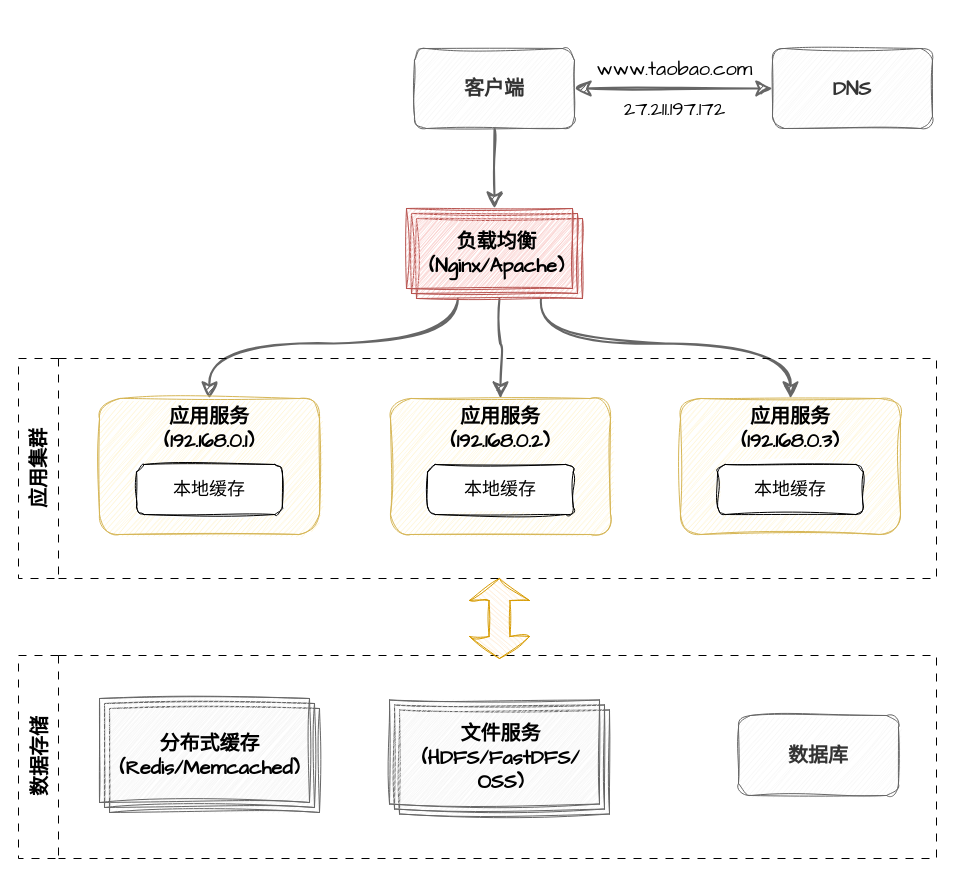
dunwu/waterdrop keeps this draw.io diagram as page "负载均衡" (4 of 11) of assets/分布式/分布式发展.drawio. Above is the earlier version. Source tidied: cells renumbered, new cells numbered last; positions are measured from the earlier drawing's top-left corner, leaving out a move shared by most shapes. Both pictures are drawn from the tidied source at 100%, with x=0, y=0 at pixel (18, 48).
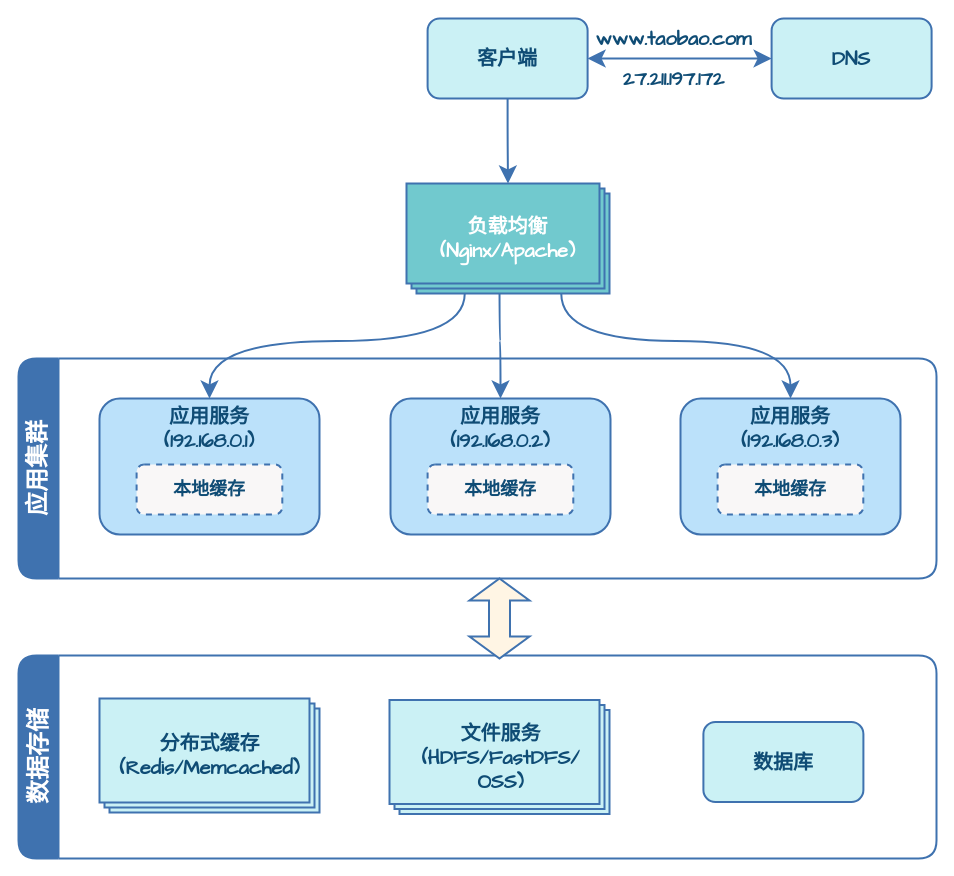
After the change.

The edit, as a diff of the source:
```diff
@@
-    <mxCell id="2" style="edgeStyle=orthogonalEdgeStyle;rounded=1;sketch=1;hachureGap=4;jiggle=2;curveFitting=1;jettySize=auto;html=1;exitX=0.5;exitY=1;exitDx=0;exitDy=0;fontFamily=Comic Sans MS;fontSize=20;fontStyle=1;strokeWidth=2;endSize=12;startSize=12;fillColor=#f5f5f5;strokeColor=#666666;" parent="1" edge="1" source="3" target="16">
+    <mxCell id="2" style="edgeStyle=orthogonalEdgeStyle;rounded=1;hachureGap=4;jettySize=auto;html=1;exitX=0.5;exitY=1;exitDx=0;exitDy=0;fontFamily=Comic Sans MS;fontSize=20;fontStyle=1;strokeWidth=2;endSize=12;startSize=12;fillColor=#f5f5f5;strokeColor=#3F72AF;fontColor=#0F4C75;" parent="1" edge="1" source="3" target="16">
       <mxGeometry relative="1" as="geometry" />
     </mxCell>
-    <mxCell id="3" value="客户端" style="rounded=1;whiteSpace=wrap;html=1;sketch=1;hachureGap=4;jiggle=2;curveFitting=1;fontFamily=Comic Sans MS;fontSize=20;fillColor=#f5f5f5;fontColor=#333333;strokeColor=#666666;shadow=0;fontStyle=1;" parent="1" vertex="1">
-      <mxGeometry x="396" width="160" height="80" as="geometry" />
+    <mxCell id="3" value="客户端" style="rounded=1;whiteSpace=wrap;html=1;hachureGap=4;fontFamily=Comic Sans MS;fontSize=20;fillColor=#CBF1F5;fontColor=#0F4C75;strokeColor=#3F72AF;shadow=0;fontStyle=1;strokeWidth=2;" parent="1" vertex="1">
+      <mxGeometry x="409.1" y="-30" width="160" height="80" as="geometry" />
     </mxCell>
-    <mxCell id="4" value="DNS" style="rounded=1;whiteSpace=wrap;html=1;sketch=1;hachureGap=4;jiggle=2;curveFitting=1;fontFamily=Comic Sans MS;fontSize=20;fillColor=#f5f5f5;fontColor=#333333;strokeColor=#666666;shadow=0;fontStyle=1;" parent="1" vertex="1">
-      <mxGeometry x="754" width="160" height="80" as="geometry" />
+    <mxCell id="4" value="DNS" style="rounded=1;whiteSpace=wrap;html=1;hachureGap=4;fontFamily=Comic Sans MS;fontSize=20;fillColor=#CBF1F5;fontColor=#0F4C75;strokeColor=#3F72AF;shadow=0;fontStyle=1;strokeWidth=2;" parent="1" vertex="1">
+      <mxGeometry x="753.1" y="-30" width="160" height="80" as="geometry" />
     </mxCell>
-    <mxCell id="5" style="edgeStyle=orthogonalEdgeStyle;rounded=0;sketch=1;hachureGap=4;jiggle=2;curveFitting=1;jettySize=auto;html=1;entryX=0;entryY=0.5;entryDx=0;entryDy=0;fontFamily=Comic Sans MS;fontSize=20;startArrow=classic;startFill=1;strokeWidth=2;endSize=12;fillColor=#f5f5f5;strokeColor=#666666;startSize=12;fontStyle=1;" parent="1" edge="1" source="3" target="4">
+    <mxCell id="5" style="edgeStyle=orthogonalEdgeStyle;rounded=0;hachureGap=4;jettySize=auto;html=1;entryX=0;entryY=0.5;entryDx=0;entryDy=0;fontFamily=Comic Sans MS;fontSize=20;startArrow=classic;startFill=1;strokeWidth=2;endSize=12;fillColor=#f5f5f5;strokeColor=#3F72AF;startSize=12;fontStyle=1;fontColor=#0F4C75;" parent="1" edge="1" source="3" target="4">
       <mxGeometry relative="1" as="geometry" />
     </mxCell>
-    <mxCell id="6" value="27.211.197.172" style="text;html=1;align=center;verticalAlign=middle;strokeColor=none;fillColor=none;fontSize=20;fontFamily=Comic Sans MS;fontStyle=0;" parent="1" vertex="1">
-      <mxGeometry x="576" y="40" width="160" height="40" as="geometry" />
+    <mxCell id="6" value="27.211.197.172" style="text;html=1;align=center;verticalAlign=middle;strokeColor=none;fillColor=none;fontSize=20;fontFamily=Comic Sans MS;fontStyle=1;fontColor=#0F4C75;" parent="1" vertex="1">
+      <mxGeometry x="565.1" y="10" width="180" height="40" as="geometry" />
     </mxCell>
-    <mxCell id="7" value="www.taobao.com" style="text;html=1;align=center;verticalAlign=middle;strokeColor=none;fillColor=none;fontSize=20;fontFamily=Comic Sans MS;fontStyle=0;" parent="1" vertex="1">
-      <mxGeometry x="571" width="170" height="40" as="geometry" />
+    <mxCell id="7" value="www.taobao.com" style="text;html=1;align=center;verticalAlign=middle;strokeColor=none;fillColor=none;fontSize=20;fontFamily=Comic Sans MS;fontStyle=1;fontColor=#0F4C75;" parent="1" vertex="1">
+      <mxGeometry x="565.1" y="-30" width="180" height="40" as="geometry" />
     </mxCell>
-    <mxCell id="8" style="edgeStyle=orthogonalEdgeStyle;sketch=1;hachureGap=4;jiggle=2;curveFitting=1;jettySize=auto;html=1;fontFamily=Comic Sans MS;fontSize=20;exitX=0;exitY=0;exitDx=51.5;exitDy=90;exitPerimeter=0;endSize=12;startSize=12;fillColor=#f5f5f5;strokeColor=#666666;strokeWidth=2;curved=1;" parent="1" edge="1" source="16" target="13">
+    <mxCell id="8" style="edgeStyle=orthogonalEdgeStyle;hachureGap=4;jettySize=auto;html=1;fontFamily=Comic Sans MS;fontSize=20;exitX=0;exitY=0;exitDx=58.25;exitDy=110;exitPerimeter=0;endSize=12;startSize=12;fillColor=#f5f5f5;strokeColor=#3F72AF;strokeWidth=2;curved=1;fontColor=#0F4C75;fontStyle=1;" parent="1" edge="1" source="16" target="13">
       <mxGeometry relative="1" as="geometry" />
     </mxCell>
-    <mxCell id="9" style="edgeStyle=orthogonalEdgeStyle;sketch=1;hachureGap=4;jiggle=2;curveFitting=1;jettySize=auto;html=1;fontFamily=Comic Sans MS;fontSize=20;endSize=12;startSize=12;fillColor=#f5f5f5;strokeColor=#666666;strokeWidth=2;curved=1;exitX=0;exitY=0;exitDx=93;exitDy=90;exitPerimeter=0;entryX=0.5;entryY=0;entryDx=0;entryDy=0;" parent="1" edge="1" source="16" target="11">
+    <mxCell id="9" style="edgeStyle=orthogonalEdgeStyle;hachureGap=4;jettySize=auto;html=1;fontFamily=Comic Sans MS;fontSize=20;endSize=12;startSize=12;fillColor=#f5f5f5;strokeColor=#3F72AF;strokeWidth=2;curved=1;exitX=0;exitY=0;exitDx=93;exitDy=90;exitPerimeter=0;entryX=0.5;entryY=0;entryDx=0;entryDy=0;fontColor=#0F4C75;fontStyle=1;" parent="1" edge="1" source="16" target="11">
       <mxGeometry relative="1" as="geometry" />
     </mxCell>
-    <mxCell id="10" style="edgeStyle=orthogonalEdgeStyle;sketch=1;hachureGap=4;jiggle=2;curveFitting=1;jettySize=auto;html=1;entryX=0.5;entryY=0;entryDx=0;entryDy=0;fontFamily=Comic Sans MS;fontSize=20;exitX=0;exitY=0;exitDx=134.5;exitDy=90;exitPerimeter=0;endSize=12;startSize=12;fillColor=#f5f5f5;strokeColor=#666666;strokeWidth=2;curved=1;" parent="1" edge="1" source="16" target="25">
+    <mxCell id="10" style="edgeStyle=orthogonalEdgeStyle;hachureGap=4;jettySize=auto;html=1;entryX=0.5;entryY=0;entryDx=0;entryDy=0;fontFamily=Comic Sans MS;fontSize=20;exitX=0;exitY=0;exitDx=154.75;exitDy=110;exitPerimeter=0;endSize=12;startSize=12;fillColor=#f5f5f5;strokeColor=#3F72AF;strokeWidth=2;curved=1;fontColor=#0F4C75;fontStyle=1;" parent="1" edge="1" source="16" target="25">
       <mxGeometry relative="1" as="geometry" />
     </mxCell>
-    <mxCell id="11" value="&lt;div style=&quot;font-size: 20px;&quot;&gt;&lt;div style=&quot;font-size: 20px;&quot;&gt;应用服务&lt;/div&gt;&lt;div style=&quot;font-size: 20px;&quot;&gt;(192.168.0.2)&lt;/div&gt;&lt;/div&gt;" style="rounded=1;whiteSpace=wrap;html=1;sketch=1;hachureGap=4;jiggle=2;curveFitting=1;fontFamily=Comic Sans MS;fontSize=20;fillColor=#fff2cc;strokeColor=#d6b656;fontStyle=1;verticalAlign=top;shadow=0;" parent="1" vertex="1">
+    <mxCell id="11" value="&lt;div style=&quot;font-size: 20px;&quot;&gt;&lt;div style=&quot;font-size: 20px;&quot;&gt;应用服务&lt;/div&gt;&lt;div style=&quot;font-size: 20px;&quot;&gt;(192.168.0.2)&lt;/div&gt;&lt;/div&gt;" style="rounded=1;whiteSpace=wrap;html=1;hachureGap=4;fontFamily=Comic Sans MS;fontSize=20;fillColor=#BBE1FA;strokeColor=#3F72AF;fontStyle=1;verticalAlign=top;shadow=0;fontColor=#0F4C75;strokeWidth=2;" parent="1" vertex="1">
       <mxGeometry x="372" y="350" width="220" height="136" as="geometry" />
     </mxCell>
-    <mxCell id="12" value="本地缓存" style="rounded=1;whiteSpace=wrap;html=1;sketch=1;hachureGap=4;jiggle=2;curveFitting=1;fontFamily=Comic Sans MS;fontSize=18;" parent="1" vertex="1">
+    <mxCell id="12" value="本地缓存" style="rounded=1;whiteSpace=wrap;html=1;hachureGap=4;fontFamily=Comic Sans MS;fontSize=18;fontColor=#0F4C75;strokeColor=#3F72AF;fillColor=#F9F7F7;strokeWidth=2;dashed=1;fontStyle=1;" parent="1" vertex="1">
       <mxGeometry x="409.1" y="416" width="145.7" height="50" as="geometry" />
     </mxCell>
-    <mxCell id="13" value="&lt;div style=&quot;font-size: 20px;&quot;&gt;&lt;div style=&quot;font-size: 20px;&quot;&gt;应用服务&lt;/div&gt;&lt;div style=&quot;font-size: 20px;&quot;&gt;(192.168.0.1)&lt;/div&gt;&lt;/div&gt;" style="rounded=1;whiteSpace=wrap;html=1;sketch=1;hachureGap=4;jiggle=2;curveFitting=1;fontFamily=Comic Sans MS;fontSize=20;fillColor=#fff2cc;strokeColor=#d6b656;fontStyle=1;verticalAlign=top;shadow=0;" parent="1" vertex="1">
+    <mxCell id="13" value="&lt;div style=&quot;font-size: 20px;&quot;&gt;&lt;div style=&quot;font-size: 20px;&quot;&gt;应用服务&lt;/div&gt;&lt;div style=&quot;font-size: 20px;&quot;&gt;(192.168.0.1)&lt;/div&gt;&lt;/div&gt;" style="rounded=1;whiteSpace=wrap;html=1;hachureGap=4;fontFamily=Comic Sans MS;fontSize=20;fillColor=#BBE1FA;strokeColor=#3F72AF;fontStyle=1;verticalAlign=top;shadow=0;fontColor=#0F4C75;strokeWidth=2;" parent="1" vertex="1">
       <mxGeometry x="81" y="350" width="220" height="136" as="geometry" />
     </mxCell>
-    <mxCell id="14" value="本地缓存" style="rounded=1;whiteSpace=wrap;html=1;sketch=1;hachureGap=4;jiggle=2;curveFitting=1;fontFamily=Comic Sans MS;fontSize=18;" parent="1" vertex="1">
+    <mxCell id="14" value="本地缓存" style="rounded=1;whiteSpace=wrap;html=1;hachureGap=4;fontFamily=Comic Sans MS;fontSize=18;fontColor=#0F4C75;strokeColor=#3F72AF;fillColor=#F9F7F7;strokeWidth=2;dashed=1;fontStyle=1;" parent="1" vertex="1">
       <mxGeometry x="118.1" y="416" width="145.7" height="50" as="geometry" />
     </mxCell>
-    <mxCell id="15" style="group;fontFamily=Comic Sans MS;fontSize=20;" parent="1" vertex="1">
-      <mxGeometry x="388" y="160" width="176" height="90" as="geometry" />
-    </mxCell>
-    <mxCell id="16" style="verticalLabelPosition=bottom;verticalAlign=top;html=1;shape=mxgraph.basic.layered_rect;dx=10;outlineConnect=0;whiteSpace=wrap;sketch=1;hachureGap=4;jiggle=2;curveFitting=1;fontFamily=Comic Sans MS;fontSize=20;fontStyle=1;fillColor=#f8cecc;strokeColor=#b85450;shadow=0;" parent="15" vertex="1">
-      <mxGeometry width="176" height="90" as="geometry" />
-    </mxCell>
-    <mxCell id="17" value="&lt;div style=&quot;font-size: 20px;&quot;&gt;负载均衡&lt;/div&gt;&lt;div style=&quot;font-size: 20px;&quot;&gt;(Nginx/Apache)&lt;/div&gt;" style="text;html=1;align=center;verticalAlign=middle;strokeColor=none;fillColor=none;fontSize=20;fontFamily=Comic Sans MS;fontStyle=1;" parent="15" vertex="1">
-      <mxGeometry x="5" y="15" width="170" height="60" as="geometry" />
-    </mxCell>
-    <mxCell id="18" value="数据存储" style="swimlane;horizontal=0;whiteSpace=wrap;html=1;hachureGap=4;fontFamily=Comic Sans MS;fontSize=20;startSize=40;dashed=1;dashPattern=8 8;rounded=0;" parent="1" vertex="1">
+    <mxCell id="18" value="数据存储" style="swimlane;horizontal=0;whiteSpace=wrap;html=1;hachureGap=4;fontFamily=Comic Sans MS;fontSize=24;startSize=40;rounded=1;fontColor=#FFFFFF;strokeColor=#3F72AF;strokeWidth=2;swimlaneLine=1;fontStyle=1;fillColor=#3F72AF;" parent="1" vertex="1">
       <mxGeometry y="607" width="918" height="203" as="geometry" />
     </mxCell>
+    <mxCell id="20" value="&lt;div style=&quot;border-color: var(--border-color); font-size: 20px;&quot;&gt;&lt;div style=&quot;border-color: var(--border-color); font-size: 20px;&quot;&gt;数据库&lt;/div&gt;&lt;/div&gt;" style="rounded=1;whiteSpace=wrap;html=1;hachureGap=4;fontFamily=Comic Sans MS;fontSize=20;fillColor=#CBF1F5;fontColor=#0F4C75;strokeColor=#3F72AF;shadow=0;fontStyle=1;strokeWidth=2;" parent="18" vertex="1">
+      <mxGeometry x="684.9" y="66.5" width="160" height="80" as="geometry" />
+    </mxCell>
-    <mxCell id="19" value="应用集群" style="swimlane;horizontal=0;whiteSpace=wrap;html=1;hachureGap=4;fontFamily=Comic Sans MS;fontSize=20;startSize=40;dashed=1;dashPattern=8 8;rounded=0;" parent="1" vertex="1">
+    <mxCell id="19" value="应用集群" style="swimlane;horizontal=0;whiteSpace=wrap;html=1;hachureGap=4;fontFamily=Comic Sans MS;fontSize=24;startSize=40;rounded=1;fontColor=#FFFFFF;strokeColor=#3F72AF;strokeWidth=2;swimlaneLine=1;fontStyle=1;fillColor=#3F72AF;" parent="1" vertex="1">
       <mxGeometry y="310" width="918" height="220" as="geometry" />
     </mxCell>
-    <mxCell id="20" value="&lt;div style=&quot;border-color: var(--border-color); font-size: 20px;&quot;&gt;&lt;div style=&quot;border-color: var(--border-color); font-size: 20px;&quot;&gt;数据库&lt;/div&gt;&lt;/div&gt;" style="rounded=1;whiteSpace=wrap;html=1;sketch=1;hachureGap=4;jiggle=2;curveFitting=1;fontFamily=Comic Sans MS;fontSize=20;fillColor=#f5f5f5;fontColor=#333333;strokeColor=#666666;shadow=0;fontStyle=1;" parent="1" vertex="1">
-      <mxGeometry x="720" y="667" width="160" height="80" as="geometry" />
-    </mxCell>
-    <mxCell id="21" style="verticalLabelPosition=bottom;verticalAlign=top;html=1;shape=mxgraph.basic.layered_rect;dx=10;whiteSpace=wrap;sketch=1;hachureGap=4;jiggle=2;curveFitting=1;fontFamily=Comic Sans MS;fontSize=20;fontStyle=1;fillColor=#f5f5f5;strokeColor=#666666;shadow=0;fontColor=#333333;" parent="1" vertex="1">
+    <mxCell id="21" style="verticalLabelPosition=bottom;verticalAlign=top;html=1;shape=mxgraph.basic.layered_rect;dx=10;whiteSpace=wrap;hachureGap=4;fontFamily=Comic Sans MS;fontSize=20;fontStyle=1;fillColor=#CBF1F5;strokeColor=#3F72AF;shadow=0;fontColor=#0F4C75;strokeWidth=2;" parent="1" vertex="1">
       <mxGeometry x="371" y="651.5" width="220" height="114" as="geometry" />
     </mxCell>
-    <mxCell id="22" value="&lt;div style=&quot;font-size: 20px;&quot;&gt;&lt;div style=&quot;border-color: var(--border-color);&quot;&gt;文件服务&lt;/div&gt;&lt;div style=&quot;border-color: var(--border-color);&quot;&gt;(HDFS/FastDFS/&lt;/div&gt;&lt;div style=&quot;border-color: var(--border-color);&quot;&gt;OSS)&lt;/div&gt;&lt;/div&gt;" style="text;html=1;align=center;verticalAlign=middle;strokeColor=none;fillColor=none;fontSize=20;fontFamily=Comic Sans MS;fontStyle=1;" parent="1" vertex="1">
+    <mxCell id="22" value="&lt;div style=&quot;font-size: 20px;&quot;&gt;&lt;div style=&quot;border-color: var(--border-color);&quot;&gt;文件服务&lt;/div&gt;&lt;div style=&quot;border-color: var(--border-color);&quot;&gt;(HDFS/FastDFS/&lt;/div&gt;&lt;div style=&quot;border-color: var(--border-color);&quot;&gt;OSS)&lt;/div&gt;&lt;/div&gt;" style="text;html=1;align=center;verticalAlign=middle;strokeColor=none;fillColor=none;fontSize=20;fontFamily=Comic Sans MS;fontStyle=1;fontColor=#0F4C75;" parent="1" vertex="1">
       <mxGeometry x="387" y="663.5" width="190" height="90" as="geometry" />
     </mxCell>
-    <mxCell id="23" style="verticalLabelPosition=bottom;verticalAlign=top;html=1;shape=mxgraph.basic.layered_rect;dx=10;whiteSpace=wrap;sketch=1;hachureGap=4;jiggle=2;curveFitting=1;fontFamily=Comic Sans MS;fontSize=20;fontStyle=1;fillColor=#f5f5f5;strokeColor=#666666;shadow=0;fontColor=#333333;" parent="1" vertex="1">
+    <mxCell id="23" style="verticalLabelPosition=bottom;verticalAlign=top;html=1;shape=mxgraph.basic.layered_rect;dx=10;whiteSpace=wrap;hachureGap=4;fontFamily=Comic Sans MS;fontSize=20;fontStyle=1;fillColor=#CBF1F5;strokeColor=#3F72AF;shadow=0;fontColor=#0F4C75;strokeWidth=2;" parent="1" vertex="1">
       <mxGeometry x="81" y="650" width="220" height="114" as="geometry" />
     </mxCell>
-    <mxCell id="24" value="&lt;div style=&quot;border-color: var(--border-color); font-size: 20px;&quot;&gt;分布式缓存&lt;/div&gt;&lt;div style=&quot;border-color: var(--border-color); font-size: 20px;&quot;&gt;(Redis/Memcached)&lt;/div&gt;" style="text;html=1;align=center;verticalAlign=middle;strokeColor=none;fillColor=none;fontSize=20;fontFamily=Comic Sans MS;fontStyle=1;" parent="1" vertex="1">
+    <mxCell id="24" value="&lt;div style=&quot;border-color: var(--border-color); font-size: 20px;&quot;&gt;分布式缓存&lt;/div&gt;&lt;div style=&quot;border-color: var(--border-color); font-size: 20px;&quot;&gt;(Redis/Memcached)&lt;/div&gt;" style="text;html=1;align=center;verticalAlign=middle;strokeColor=none;fillColor=none;fontSize=20;fontFamily=Comic Sans MS;fontStyle=1;fontColor=#0F4C75;" parent="1" vertex="1">
       <mxGeometry x="86" y="677" width="210" height="60" as="geometry" />
     </mxCell>
-    <mxCell id="25" value="&lt;div style=&quot;font-size: 20px;&quot;&gt;&lt;div style=&quot;font-size: 20px;&quot;&gt;应用服务&lt;/div&gt;&lt;div style=&quot;font-size: 20px;&quot;&gt;(192.168.0.3)&lt;/div&gt;&lt;/div&gt;" style="rounded=1;whiteSpace=wrap;html=1;sketch=1;hachureGap=4;jiggle=2;curveFitting=1;fontFamily=Comic Sans MS;fontSize=20;fillColor=#fff2cc;strokeColor=#d6b656;fontStyle=1;verticalAlign=top;shadow=0;" parent="1" vertex="1">
+    <mxCell id="25" value="&lt;div style=&quot;font-size: 20px;&quot;&gt;&lt;div style=&quot;font-size: 20px;&quot;&gt;应用服务&lt;/div&gt;&lt;div style=&quot;font-size: 20px;&quot;&gt;(192.168.0.3)&lt;/div&gt;&lt;/div&gt;" style="rounded=1;whiteSpace=wrap;html=1;hachureGap=4;fontFamily=Comic Sans MS;fontSize=20;fillColor=#BBE1FA;strokeColor=#3F72AF;fontStyle=1;verticalAlign=top;shadow=0;fontColor=#0F4C75;strokeWidth=2;" parent="1" vertex="1">
       <mxGeometry x="662" y="350" width="220" height="136" as="geometry" />
     </mxCell>
-    <mxCell id="26" value="本地缓存" style="rounded=1;whiteSpace=wrap;html=1;sketch=1;hachureGap=4;jiggle=2;curveFitting=1;fontFamily=Comic Sans MS;fontSize=18;" parent="1" vertex="1">
+    <mxCell id="26" value="本地缓存" style="rounded=1;whiteSpace=wrap;html=1;hachureGap=4;fontFamily=Comic Sans MS;fontSize=18;fontColor=#0F4C75;strokeColor=#3F72AF;fillColor=#F9F7F7;strokeWidth=2;dashed=1;fontStyle=1;" parent="1" vertex="1">
       <mxGeometry x="699.1" y="416" width="145.7" height="50" as="geometry" />
     </mxCell>
-    <mxCell id="27" style="html=1;shadow=0;dashed=0;align=center;verticalAlign=middle;shape=mxgraph.arrows2.twoWayArrow;dy=0.65;dx=22;sketch=1;hachureGap=4;jiggle=2;curveFitting=1;fontFamily=Comic Sans MS;fontSize=20;rotation=-90;fillColor=#ffe6cc;strokeColor=#d79b00;" parent="1" vertex="1">
+    <mxCell id="27" style="html=1;shadow=0;dashed=0;align=center;verticalAlign=middle;shape=mxgraph.arrows2.twoWayArrow;dy=0.65;dx=22;hachureGap=4;fontFamily=Comic Sans MS;fontSize=20;rotation=-90;fillColor=#FFF5E4;strokeColor=#3F72AF;fontColor=#0F4C75;strokeWidth=2;fontStyle=1;" parent="1" vertex="1">
       <mxGeometry x="441" y="540" width="80" height="60" as="geometry" />
     </mxCell>
+    <mxCell id="16" style="verticalLabelPosition=bottom;verticalAlign=top;html=1;shape=mxgraph.basic.layered_rect;dx=10;outlineConnect=0;whiteSpace=wrap;hachureGap=4;fontFamily=Comic Sans MS;fontSize=20;fontStyle=1;fillColor=#71C9CE;strokeColor=#3F72AF;shadow=0;fontColor=#0F4C75;strokeWidth=2;" parent="1" vertex="1">
+      <mxGeometry x="388" y="135" width="203" height="110" as="geometry" />
+    </mxCell>
+    <mxCell id="17" value="&lt;div style=&quot;font-size: 20px;&quot;&gt;负载均衡&lt;/div&gt;&lt;div style=&quot;font-size: 20px;&quot;&gt;(Nginx/Apache)&lt;/div&gt;" style="text;html=1;align=center;verticalAlign=middle;strokeColor=none;fillColor=none;fontSize=20;fontFamily=Comic Sans MS;fontStyle=1;fontColor=#FFFFFF;" parent="1" vertex="1">
+      <mxGeometry x="404.1" y="160" width="170" height="60" as="geometry" />
+    </mxCell>
```
